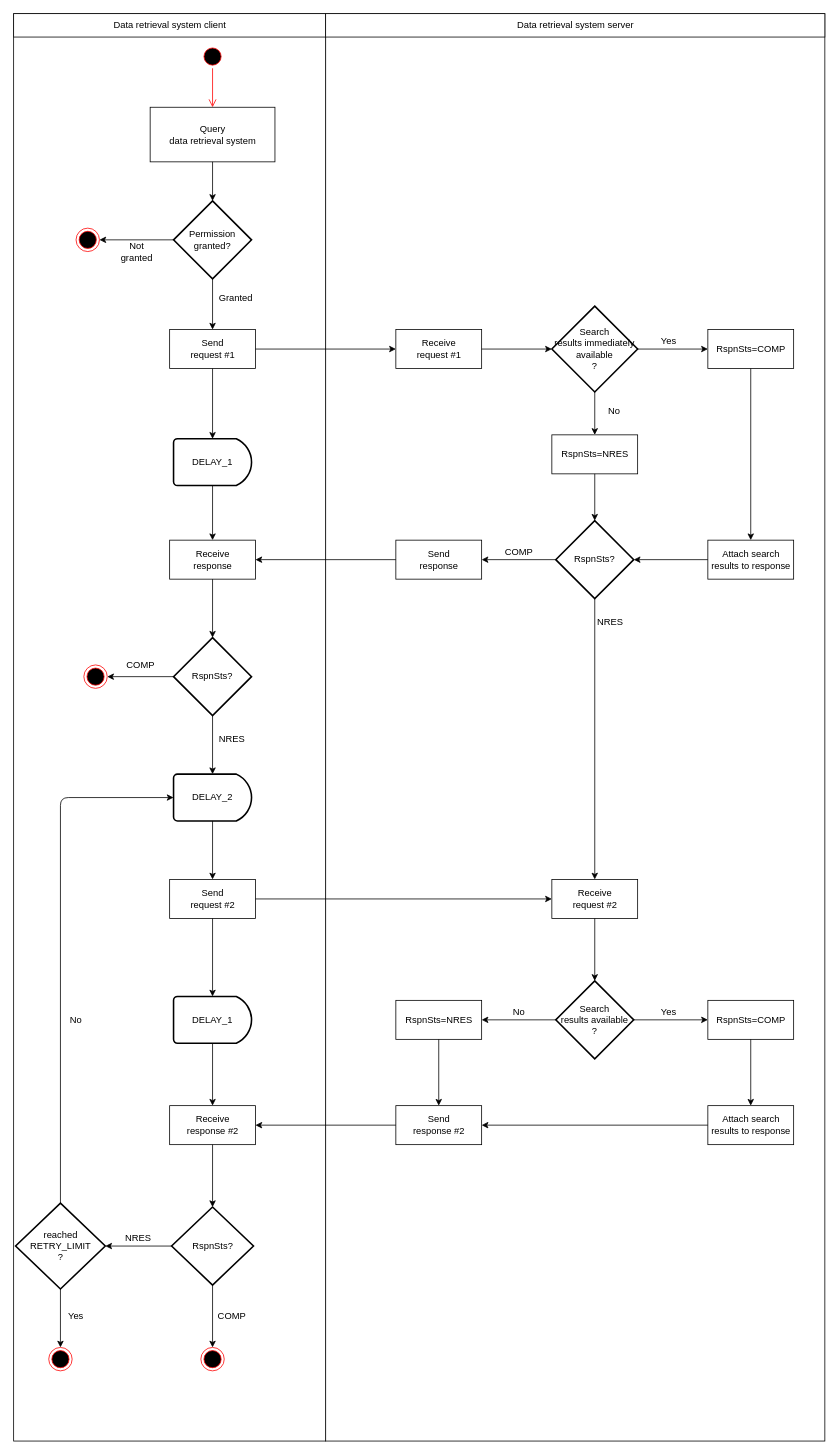
FinnishCustoms-SuomenTulli/account-register-information-query keeps this draw.io diagram as diagrams/flowchart_query.drawio. Above is the earlier version. Source tidied: cells renumbered, new cells numbered last; positions are measured from the earlier drawing's top-left corner, leaving out a move shared by most shapes. Both pictures are drawn from the tidied source at 78%, with x=0, y=0 at pixel (13, 13).
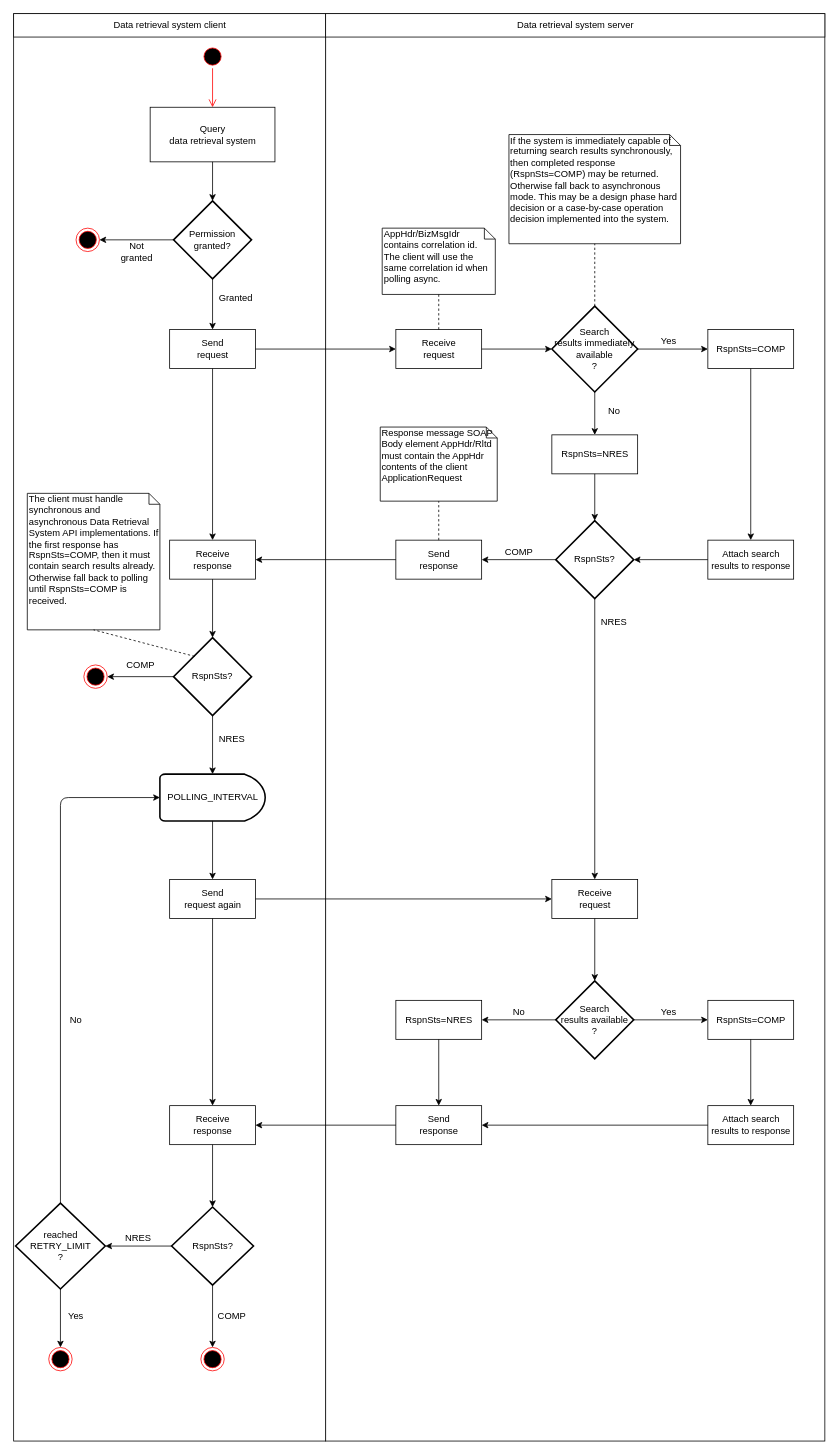
The same page after the edit.

Commit message (it also covers changes not shown here):
TR-543 Update flowchart. Add numeric erro codes to section 4.12

The change refers to these unchanged cells:
```xml
<mxCell id="20" value="&lt;div&gt;Search &lt;br&gt;&lt;/div&gt;&lt;div&gt;results immediately available&lt;/div&gt;?" style="strokeWidth=2;html=1;shape=mxgraph.flowchart.decision;whiteSpace=wrap;" parent="1" vertex="1">
  <mxGeometry x="690" y="375" width="110" height="110" as="geometry" />
</mxCell>
<mxCell id="26" value="&lt;div&gt;Send &lt;br&gt;&lt;/div&gt;&lt;div&gt;response&lt;br&gt;&lt;/div&gt;" style="html=1;" parent="1" vertex="1">
  <mxGeometry x="490" y="675" width="110" height="50" as="geometry" />
</mxCell>
<mxCell id="32" value="&lt;div&gt;Receive &lt;br&gt;&lt;/div&gt;&lt;div&gt;response&lt;br&gt;&lt;/div&gt;" style="html=1;" parent="1" vertex="1">
  <mxGeometry x="200" y="675" width="110" height="50" as="geometry" />
</mxCell>
<mxCell id="43" value="RspnSts?" style="strokeWidth=2;html=1;shape=mxgraph.flowchart.decision;whiteSpace=wrap;" parent="1" vertex="1">
  <mxGeometry x="205" y="800" width="100" height="100" as="geometry" />
</mxCell>
```

What changed in the source:
```diff
@@
-    <mxCell id="12" value="&lt;div&gt;Send &lt;br&gt;&lt;/div&gt;&lt;div&gt;request #1&lt;br&gt;&lt;/div&gt;" style="html=1;" parent="1" vertex="1">
+    <mxCell id="12" value="&lt;div&gt;Send &lt;br&gt;&lt;/div&gt;&lt;div&gt;request&lt;/div&gt;" style="html=1;" parent="1" vertex="1">
       <mxGeometry x="200" y="405" width="110" height="50" as="geometry" />
     </mxCell>
@@
-    <mxCell id="15" value="&lt;div&gt;Receive &lt;br&gt;&lt;/div&gt;&lt;div&gt;request #1&lt;br&gt;&lt;/div&gt;" style="html=1;" parent="1" vertex="1">
+    <mxCell id="15" value="&lt;div&gt;Receive &lt;br&gt;&lt;/div&gt;&lt;div&gt;request&lt;br&gt;&lt;/div&gt;" style="html=1;" parent="1" vertex="1">
       <mxGeometry x="490" y="405" width="110" height="50" as="geometry" />
     </mxCell>
@@
-    <mxCell id="30" value="DELAY_1 " style="strokeWidth=2;html=1;shape=mxgraph.flowchart.delay;whiteSpace=wrap;" parent="1" vertex="1">
-      <mxGeometry x="205" y="545" width="100" height="60" as="geometry" />
-    </mxCell>
-    <mxCell id="31" style="endArrow=classic;html=1;exitX=0.5;exitY=1;exitDx=0;exitDy=0;entryX=0.5;entryY=0;entryDx=0;entryDy=0;entryPerimeter=0;" parent="1" edge="1" source="12" target="30">
+    <mxCell id="31" style="endArrow=classic;html=1;exitX=0.5;exitY=1;exitDx=0;exitDy=0;entryX=0.5;entryY=0;entryDx=0;entryDy=0;" parent="1" edge="1" source="12" target="32">
       <mxGeometry relative="1" as="geometry" />
     </mxCell>
@@
-    <mxCell id="33" style="endArrow=classic;html=1;exitX=0.5;exitY=1;exitDx=0;exitDy=0;exitPerimeter=0;entryX=0.5;entryY=0;entryDx=0;entryDy=0;" parent="1" edge="1" source="30" target="32">
-      <mxGeometry relative="1" as="geometry" />
-    </mxCell>
@@
     <mxCell id="41" value="NRES" style="text;html=1;strokeColor=none;fillColor=none;align=center;verticalAlign=middle;whiteSpace=wrap;rounded=0;" parent="1" vertex="1">
-      <mxGeometry x="745" y="770" width="40" height="20" as="geometry" />
+      <mxGeometry x="750" y="770" width="40" height="20" as="geometry" />
     </mxCell>
@@
-    <mxCell id="48" value="DELAY_2" style="strokeWidth=2;html=1;shape=mxgraph.flowchart.delay;whiteSpace=wrap;" parent="1" vertex="1">
-      <mxGeometry x="205" y="975" width="100" height="60" as="geometry" />
+    <mxCell id="48" value="&lt;div&gt;POLLING_INTERVAL&lt;/div&gt;" style="strokeWidth=2;html=1;shape=mxgraph.flowchart.delay;whiteSpace=wrap;" parent="1" vertex="1">
+      <mxGeometry x="187.5" y="975" width="135" height="60" as="geometry" />
     </mxCell>
@@
-    <mxCell id="51" value="&lt;div&gt;Send &lt;br&gt;&lt;/div&gt;&lt;div&gt;request #2&lt;/div&gt;" style="html=1;" parent="1" vertex="1">
+    <mxCell id="51" value="&lt;div&gt;Send &lt;br&gt;&lt;/div&gt;&lt;div&gt;request again&lt;/div&gt;" style="html=1;" parent="1" vertex="1">
       <mxGeometry x="200" y="1110" width="110" height="50" as="geometry" />
     </mxCell>
@@
-    <mxCell id="53" value="&lt;div&gt;Receive &lt;br&gt;&lt;/div&gt;&lt;div&gt;request #2&lt;/div&gt;" style="html=1;" parent="1" vertex="1">
+    <mxCell id="53" value="&lt;div&gt;Receive &lt;br&gt;&lt;/div&gt;&lt;div&gt;request&lt;br&gt;&lt;/div&gt;" style="html=1;" parent="1" vertex="1">
       <mxGeometry x="690" y="1110" width="110" height="50" as="geometry" />
     </mxCell>
@@
-    <mxCell id="56" value="&lt;div&gt;Send &lt;br&gt;&lt;/div&gt;&lt;div&gt;response #2&lt;/div&gt;" style="html=1;" parent="1" vertex="1">
+    <mxCell id="56" value="&lt;div&gt;Send &lt;br&gt;&lt;/div&gt;&lt;div&gt;response &lt;br&gt;&lt;/div&gt;" style="html=1;" parent="1" vertex="1">
       <mxGeometry x="490" y="1400" width="110" height="50" as="geometry" />
     </mxCell>
@@
-    <mxCell id="65" value="DELAY_1" style="strokeWidth=2;html=1;shape=mxgraph.flowchart.delay;whiteSpace=wrap;" parent="1" vertex="1">
-      <mxGeometry x="205" y="1260" width="100" height="60" as="geometry" />
-    </mxCell>
-    <mxCell id="66" style="endArrow=classic;html=1;exitX=0.5;exitY=1;exitDx=0;exitDy=0;entryX=0.5;entryY=0;entryDx=0;entryDy=0;entryPerimeter=0;" parent="1" edge="1" source="51" target="65">
+    <mxCell id="66" style="endArrow=classic;html=1;exitX=0.5;exitY=1;exitDx=0;exitDy=0;entryX=0.5;entryY=0;entryDx=0;entryDy=0;" parent="1" edge="1" source="51" target="67">
       <mxGeometry relative="1" as="geometry" />
     </mxCell>
-    <mxCell id="67" value="&lt;div&gt;Receive &lt;br&gt;&lt;/div&gt;&lt;div&gt;response #2&lt;/div&gt;" style="html=1;" parent="1" vertex="1">
+    <mxCell id="67" value="&lt;div&gt;Receive &lt;br&gt;&lt;/div&gt;&lt;div&gt;response&lt;br&gt;&lt;/div&gt;" style="html=1;" parent="1" vertex="1">
       <mxGeometry x="200" y="1400" width="110" height="50" as="geometry" />
     </mxCell>
@@
-    <mxCell id="69" style="endArrow=classic;html=1;exitX=0.5;exitY=1;exitDx=0;exitDy=0;exitPerimeter=0;entryX=0.5;entryY=0;entryDx=0;entryDy=0;" parent="1" edge="1" source="65" target="67">
-      <mxGeometry relative="1" as="geometry" />
-    </mxCell>
@@
+    <mxCell id="85" value="If the system is immediately capable of returning search results synchronously, then completed response (RspnSts=COMP) may be returned. Otherwise fall back to asynchronous mode. This may be a design phase hard decision or a case-by-case operation decision implemented into the system." style="shape=note;whiteSpace=wrap;html=1;size=14;verticalAlign=top;align=left;spacingTop=-6;" parent="1" vertex="1">
+      <mxGeometry x="635" y="155" width="220" height="140" as="geometry" />
+    </mxCell>
+    <mxCell id="86" style="endArrow=none;dashed=1;html=1;entryX=0.5;entryY=1;entryDx=0;entryDy=0;entryPerimeter=0;exitX=0.5;exitY=0;exitDx=0;exitDy=0;exitPerimeter=0;" parent="1" edge="1" source="20" target="85">
+      <mxGeometry relative="1" as="geometry" />
+    </mxCell>
+    <mxCell id="87" value="&lt;div&gt;The client must handle&lt;/div&gt;&lt;div&gt;synchronous and asynchronous Data Retrieval System API implementations. If the first response has RspnSts=COMP, then it must contain search results already. Otherwise fall back to polling until RspnSts=COMP is received.&lt;br&gt;&lt;/div&gt;" style="shape=note;whiteSpace=wrap;html=1;size=14;verticalAlign=top;align=left;spacingTop=-6;" parent="1" vertex="1">
+      <mxGeometry x="17.5" y="615" width="170" height="175" as="geometry" />
+    </mxCell>
+    <mxCell id="88" style="endArrow=none;dashed=1;html=1;entryX=0.5;entryY=1;entryDx=0;entryDy=0;entryPerimeter=0;exitX=0.27;exitY=0.24;exitDx=0;exitDy=0;exitPerimeter=0;" parent="1" edge="1" source="43" target="87">
+      <mxGeometry relative="1" as="geometry" />
+    </mxCell>
+    <mxCell id="89" value="&lt;div&gt;AppHdr/BizMsgIdr&lt;/div&gt;&lt;div&gt;contains correlation id. The client will use the same correlation id when polling async.&lt;br&gt;&lt;/div&gt;" style="shape=note;whiteSpace=wrap;html=1;size=14;verticalAlign=top;align=left;spacingTop=-6;" parent="1" vertex="1">
+      <mxGeometry x="472.5" y="275" width="145" height="85" as="geometry" />
+    </mxCell>
+    <mxCell id="90" style="endArrow=none;dashed=1;html=1;entryX=0.5;entryY=1;entryDx=0;entryDy=0;entryPerimeter=0;exitX=0.5;exitY=0;exitDx=0;exitDy=0;" parent="1" edge="1" source="15" target="89">
+      <mxGeometry relative="1" as="geometry" />
+    </mxCell>
+    <mxCell id="91" value="&lt;div&gt;Response message SOAP Body element AppHdr/Rltd must contain the AppHdr contents of the client ApplicationRequest&lt;/div&gt;&lt;div&gt;&lt;br&gt;&lt;/div&gt;" style="shape=note;whiteSpace=wrap;html=1;size=14;verticalAlign=top;align=left;spacingTop=-6;" parent="1" vertex="1">
+      <mxGeometry x="470" y="530" width="150" height="95" as="geometry" />
+    </mxCell>
+    <mxCell id="92" style="endArrow=none;dashed=1;html=1;entryX=0.5;entryY=1;entryDx=0;entryDy=0;entryPerimeter=0;exitX=0.5;exitY=0;exitDx=0;exitDy=0;" parent="1" edge="1" source="26" target="91">
+      <mxGeometry relative="1" as="geometry" />
+    </mxCell>
```
